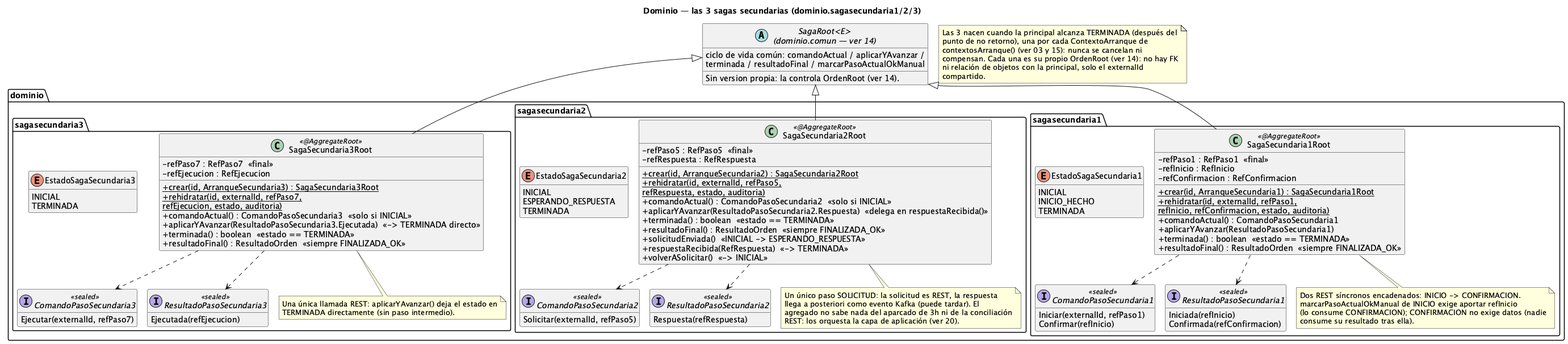
ralcazar/patrones keeps this PlantUML diagram as order-manager/docs/16-clases-dominio-sagas-secundarias.png. Above is the earlier version.
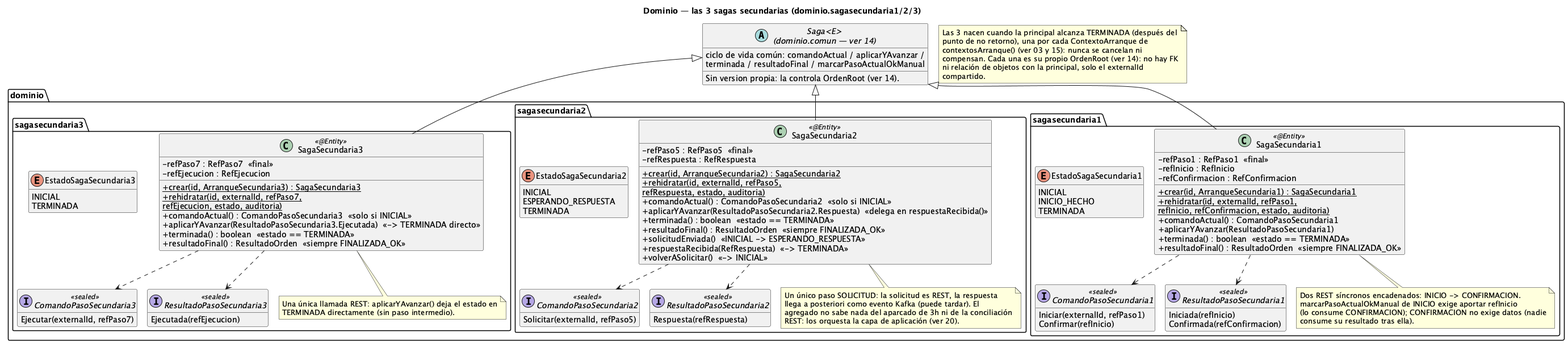
Above is the later version.

The edit, as a diff of the source:
```diff
@@ -4,18 +4,18 @@
 hide empty members
 skinparam classAttributeIconSize 0
 
-abstract class "SagaRoot<E>\n(dominio.comun — ver 14)" as SagaRoot {
+abstract class "Saga<E>\n(dominio.comun — ver 14)" as Saga {
   ciclo de vida común: comandoActual / aplicarYAvanzar /
   terminada / resultadoFinal / marcarPasoActualOkManual
   Sin version propia: la controla OrdenRoot (ver 14).
 }
 
 package "dominio.sagasecundaria1" {
-  class SagaSecundaria1Root <<@AggregateRoot>> {
+  class SagaSecundaria1 <<@Entity>> {
     -refPaso1 : RefPaso1  «final»
     -refInicio : RefInicio
     -refConfirmacion : RefConfirmacion
-    +{static} crear(id, ArranqueSecundaria1) : SagaSecundaria1Root
+    +{static} crear(id, ArranqueSecundaria1) : SagaSecundaria1
     +{static} rehidratar(id, externalId, refPaso1,\nrefInicio, refConfirmacion, estado, auditoria)
     +comandoActual() : ComandoPasoSecundaria1
     +aplicarYAvanzar(ResultadoPasoSecundaria1)
@@ -35,7 +35,7 @@
     Iniciada(refInicio)
     Confirmada(refConfirmacion)
   }
-  note bottom of SagaSecundaria1Root
+  note bottom of SagaSecundaria1
     Dos REST síncronos encadenados: INICIO -> CONFIRMACION.
     marcarPasoActualOkManual de INICIO exige aportar refInicio
     (lo consume CONFIRMACION); CONFIRMACION no exige datos (nadie
@@ -44,10 +44,10 @@
 }
 
 package "dominio.sagasecundaria2" {
-  class SagaSecundaria2Root <<@AggregateRoot>> {
+  class SagaSecundaria2 <<@Entity>> {
     -refPaso5 : RefPaso5  «final»
     -refRespuesta : RefRespuesta
-    +{static} crear(id, ArranqueSecundaria2) : SagaSecundaria2Root
+    +{static} crear(id, ArranqueSecundaria2) : SagaSecundaria2
     +{static} rehidratar(id, externalId, refPaso5,\nrefRespuesta, estado, auditoria)
     +comandoActual() : ComandoPasoSecundaria2  «solo si INICIAL»
     +aplicarYAvanzar(ResultadoPasoSecundaria2.Respuesta)  «delega en respuestaRecibida()»
@@ -68,7 +68,7 @@
   interface ResultadoPasoSecundaria2 <<sealed>> {
     Respuesta(refRespuesta)
   }
-  note bottom of SagaSecundaria2Root
+  note bottom of SagaSecundaria2
     Un único paso SOLICITUD: la solicitud es REST, la respuesta
     llega a posteriori como evento Kafka (puede tardar). El
     agregado no sabe nada del aparcado de 3h ni de la conciliación
@@ -77,10 +77,10 @@
 }
 
 package "dominio.sagasecundaria3" {
-  class SagaSecundaria3Root <<@AggregateRoot>> {
+  class SagaSecundaria3 <<@Entity>> {
     -refPaso7 : RefPaso7  «final»
     -refEjecucion : RefEjecucion
-    +{static} crear(id, ArranqueSecundaria3) : SagaSecundaria3Root
+    +{static} crear(id, ArranqueSecundaria3) : SagaSecundaria3
     +{static} rehidratar(id, externalId, refPaso7,\nrefEjecucion, estado, auditoria)
     +comandoActual() : ComandoPasoSecundaria3  «solo si INICIAL»
     +aplicarYAvanzar(ResultadoPasoSecundaria3.Ejecutada)  «-> TERMINADA directo»
@@ -97,22 +97,22 @@
   interface ResultadoPasoSecundaria3 <<sealed>> {
     Ejecutada(refEjecucion)
   }
-  note bottom of SagaSecundaria3Root
+  note bottom of SagaSecundaria3
     Una única llamada REST: aplicarYAvanzar() deja el estado en
     TERMINADA directamente (sin paso intermedio).
   end note
 }
 
-SagaRoot <|-down- SagaSecundaria1Root
-SagaRoot <|-down- SagaSecundaria2Root
-SagaRoot <|-down- SagaSecundaria3Root
+Saga <|-down- SagaSecundaria1
+Saga <|-down- SagaSecundaria2
+Saga <|-down- SagaSecundaria3
 
-SagaSecundaria1Root ..> ComandoPasoSecundaria1
-SagaSecundaria1Root ..> ResultadoPasoSecundaria1
-SagaSecundaria2Root ..> ComandoPasoSecundaria2
-SagaSecundaria2Root ..> ResultadoPasoSecundaria2
-SagaSecundaria3Root ..> ComandoPasoSecundaria3
-SagaSecundaria3Root ..> ResultadoPasoSecundaria3
+SagaSecundaria1 ..> ComandoPasoSecundaria1
+SagaSecundaria1 ..> ResultadoPasoSecundaria1
+SagaSecundaria2 ..> ComandoPasoSecundaria2
+SagaSecundaria2 ..> ResultadoPasoSecundaria2
+SagaSecundaria3 ..> ComandoPasoSecundaria3
+SagaSecundaria3 ..> ResultadoPasoSecundaria3
 
 note as NNace
   Las 3 nacen cuando la principal alcanza TERMINADA (después del
```
